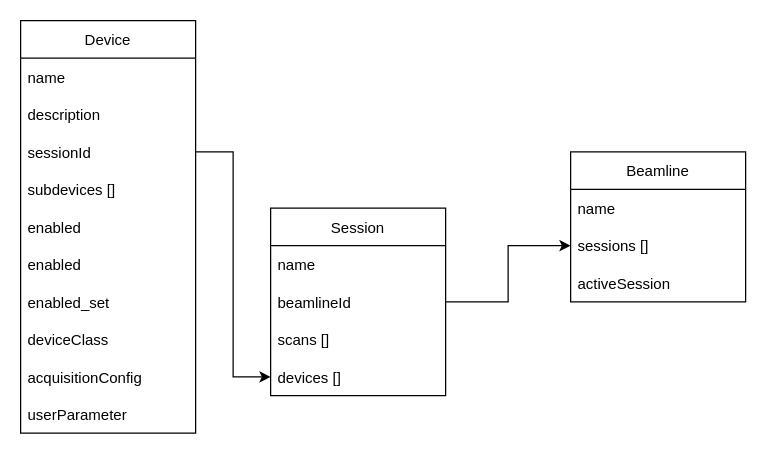
Above: page "current" (1 of 2) of docs/architecture/BEC_config_db.drawio in ivan-usov-org/bec (draw.io), before the change. Source tidied: cells renumbered, new cells numbered last; positions are measured from the earlier drawing's top-left corner, leaving out a move shared by most shapes. Both pictures are drawn from the tidied source at 125%, with x=0, y=0 at pixel (20, 20).
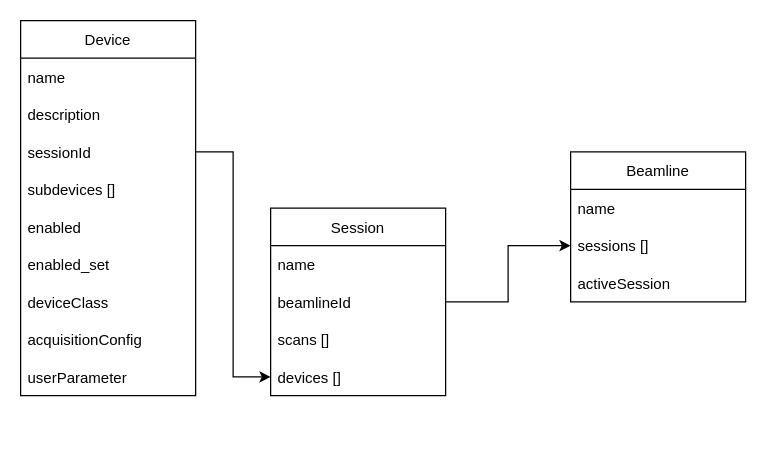
The same page after the edit.

What changed in the source:
```diff
@@
     <mxCell id="8" value="Device" style="swimlane;fontStyle=0;horizontal=1;startSize=30;" parent="1" vertex="1">
-      <mxGeometry width="140" height="330" as="geometry" />
+      <mxGeometry width="140" height="300" as="geometry" />
     </mxCell>
@@
-    <mxCell id="14" value="enabled" style="text;strokeColor=none;fillColor=none;align=left;verticalAlign=middle;spacingLeft=4;spacingRight=4;overflow=hidden;" parent="8" vertex="1">
-      <mxGeometry y="180" width="140" height="30" as="geometry" />
-    </mxCell>
     <mxCell id="15" value="enabled_set" style="text;strokeColor=none;fillColor=none;align=left;verticalAlign=middle;spacingLeft=4;spacingRight=4;overflow=hidden;" parent="8" vertex="1">
-      <mxGeometry y="210" width="140" height="30" as="geometry" />
+      <mxGeometry y="180" width="140" height="30" as="geometry" />
     </mxCell>
     <mxCell id="16" value="deviceClass" style="text;strokeColor=none;fillColor=none;align=left;verticalAlign=middle;spacingLeft=4;spacingRight=4;overflow=hidden;" parent="8" vertex="1">
-      <mxGeometry y="240" width="140" height="30" as="geometry" />
+      <mxGeometry y="210" width="140" height="30" as="geometry" />
     </mxCell>
     <mxCell id="17" value="acquisitionConfig" style="text;strokeColor=none;fillColor=none;align=left;verticalAlign=middle;spacingLeft=4;spacingRight=4;overflow=hidden;" parent="8" vertex="1">
-      <mxGeometry y="270" width="140" height="30" as="geometry" />
+      <mxGeometry y="240" width="140" height="30" as="geometry" />
     </mxCell>
     <mxCell id="18" value="userParameter" style="text;strokeColor=none;fillColor=none;align=left;verticalAlign=middle;spacingLeft=4;spacingRight=4;overflow=hidden;" parent="8" vertex="1">
-      <mxGeometry y="300" width="140" height="30" as="geometry" />
+      <mxGeometry y="270" width="140" height="30" as="geometry" />
     </mxCell>
```
